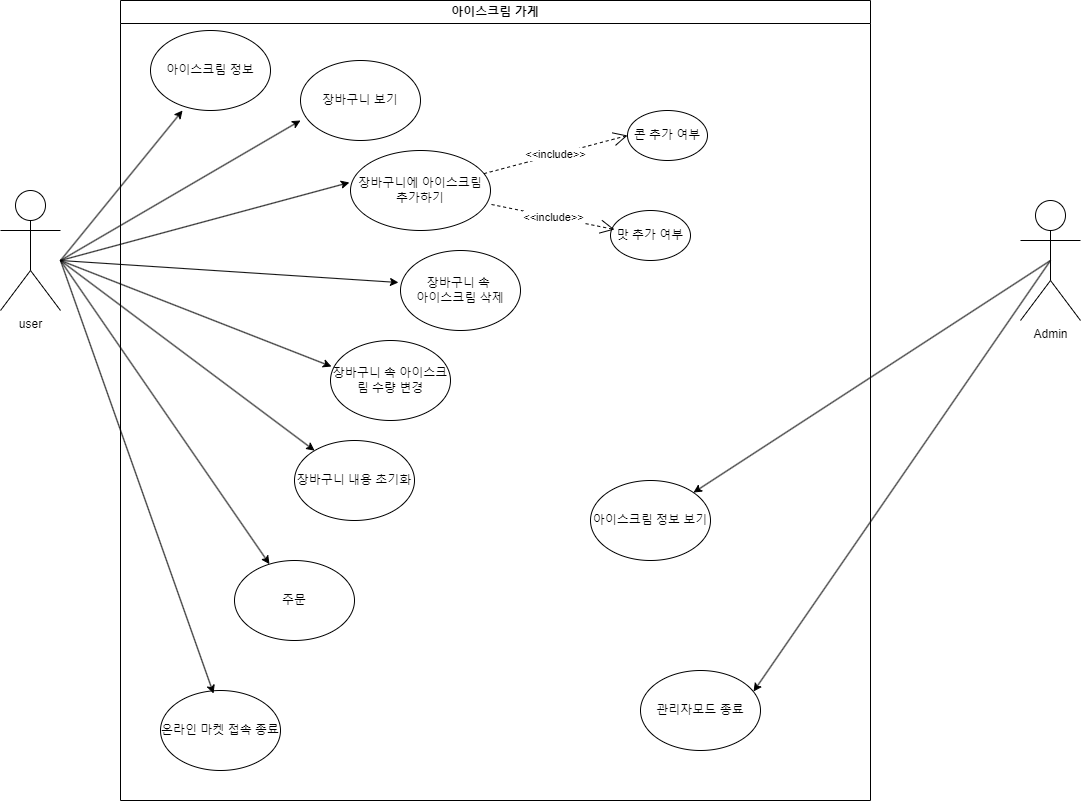
Before: mini_project_use-case.png, a diagram exported from draw.io (junHyeokP/Algorithm). Source tidied: cells renumbered, new cells last; positions are measured from the earlier drawing's top-left corner, leaving out a move shared by most shapes. Source of this version:
```xml
<mxGraphModel>
  <root>
    <mxCell id="0" />
    <mxCell id="1" parent="0" />
    <mxCell id="2" value="user" style="shape=umlActor;verticalLabelPosition=bottom;verticalAlign=top;html=1;" parent="1" vertex="1">
      <mxGeometry y="190" width="60" height="120" as="geometry" />
    </mxCell>
    <mxCell id="3" value="Admin" style="shape=umlActor;verticalLabelPosition=bottom;verticalAlign=top;html=1;outlineConnect=0;" parent="1" vertex="1">
      <mxGeometry x="1020" y="200" width="60" height="120" as="geometry" />
    </mxCell>
    <mxCell id="4" value="아이스크림 가게" style="swimlane;whiteSpace=wrap;html=1;" parent="1" vertex="1">
      <mxGeometry x="120" width="750" height="800" as="geometry" />
    </mxCell>
    <mxCell id="5" value="장바구니 속&amp;nbsp;&lt;div&gt;아이스크림 삭제&lt;/div&gt;" style="ellipse;whiteSpace=wrap;html=1;" parent="4" vertex="1">
      <mxGeometry x="280" y="250" width="120" height="80" as="geometry" />
    </mxCell>
    <mxCell id="6" value="장바구니에 아이스크림 추가하기" style="ellipse;whiteSpace=wrap;html=1;" parent="4" vertex="1">
      <mxGeometry x="230" y="150" width="140" height="80" as="geometry" />
    </mxCell>
    <mxCell id="7" value="장바구니 보기" style="ellipse;whiteSpace=wrap;html=1;" parent="4" vertex="1">
      <mxGeometry x="180" y="60" width="120" height="80" as="geometry" />
    </mxCell>
    <mxCell id="8" value="콘 추가 여부" style="ellipse;whiteSpace=wrap;html=1;direction=east;" parent="4" vertex="1">
      <mxGeometry x="507" y="110" width="80" height="50" as="geometry" />
    </mxCell>
    <mxCell id="9" value="맛 추가 여부" style="ellipse;whiteSpace=wrap;html=1;" parent="4" vertex="1">
      <mxGeometry x="490" y="210" width="80" height="50" as="geometry" />
    </mxCell>
    <mxCell id="10" value="장바구니 내용 초기화" style="ellipse;whiteSpace=wrap;html=1;" parent="4" vertex="1">
      <mxGeometry x="174" y="440" width="120" height="80" as="geometry" />
    </mxCell>
    <mxCell id="11" value="아이스크림 정보" style="ellipse;whiteSpace=wrap;html=1;" parent="4" vertex="1">
      <mxGeometry x="30" y="30" width="120" height="80" as="geometry" />
    </mxCell>
    <mxCell id="12" value="장바구니 속 아이스크림 수량 변경" style="ellipse;whiteSpace=wrap;html=1;" parent="4" vertex="1">
      <mxGeometry x="210" y="340" width="120" height="80" as="geometry" />
    </mxCell>
    <mxCell id="13" value="&amp;lt;&amp;lt;include&amp;gt;&amp;gt;" style="endArrow=open;endSize=12;dashed=1;html=1;rounded=0;entryX=0;entryY=0.5;entryDx=0;entryDy=0;" parent="4" edge="1" source="6" target="8">
      <mxGeometry relative="1" as="geometry" />
    </mxCell>
    <mxCell id="14" value="&amp;lt;&amp;lt;include&amp;gt;&amp;gt;" style="endArrow=open;endSize=12;dashed=1;html=1;rounded=0;entryX=0.05;entryY=0.38;entryDx=0;entryDy=0;entryPerimeter=0;exitX=1.007;exitY=0.675;exitDx=0;exitDy=0;exitPerimeter=0;" parent="4" edge="1" source="6" target="9">
      <mxGeometry relative="1" as="geometry" />
    </mxCell>
    <mxCell id="15" value="온라인 마켓 접속 종료" style="ellipse;whiteSpace=wrap;html=1;" parent="4" vertex="1">
      <mxGeometry x="40" y="690" width="120" height="80" as="geometry" />
    </mxCell>
    <mxCell id="16" style="endArrow=classic;html=1;rounded=0;entryX=0.442;entryY=0.038;entryDx=0;entryDy=0;entryPerimeter=0;" parent="4" edge="1" target="15">
      <mxGeometry relative="1" as="geometry">
        <mxPoint x="-60" y="260" as="sourcePoint" />
      </mxGeometry>
    </mxCell>
    <mxCell id="17" value="관리자모드 종료" style="ellipse;whiteSpace=wrap;html=1;direction=east;" parent="4" vertex="1">
      <mxGeometry x="520" y="670" width="120" height="80" as="geometry" />
    </mxCell>
    <mxCell id="18" value="아이스크림 정보 보기" style="ellipse;whiteSpace=wrap;html=1;" parent="4" vertex="1">
      <mxGeometry x="470" y="480" width="120" height="80" as="geometry" />
    </mxCell>
    <mxCell id="19" value="주문" style="ellipse;whiteSpace=wrap;html=1;" parent="4" vertex="1">
      <mxGeometry x="114" y="560" width="120" height="80" as="geometry" />
    </mxCell>
    <mxCell id="20" style="endArrow=classic;html=1;rounded=0;entryX=0;entryY=0.75;entryDx=0;entryDy=0;entryPerimeter=0;" parent="1" edge="1" target="7">
      <mxGeometry relative="1" as="geometry">
        <mxPoint x="60" y="260" as="sourcePoint" />
      </mxGeometry>
    </mxCell>
    <mxCell id="21" style="endArrow=classic;html=1;rounded=0;entryX=-0.008;entryY=0.4;entryDx=0;entryDy=0;entryPerimeter=0;" parent="1" edge="1" target="6">
      <mxGeometry relative="1" as="geometry">
        <mxPoint x="60" y="260" as="sourcePoint" />
      </mxGeometry>
    </mxCell>
    <mxCell id="22" style="endArrow=classic;html=1;rounded=0;entryX=-0.017;entryY=0.4;entryDx=0;entryDy=0;entryPerimeter=0;" parent="1" edge="1" target="5">
      <mxGeometry relative="1" as="geometry">
        <mxPoint x="60" y="260" as="sourcePoint" />
      </mxGeometry>
    </mxCell>
    <mxCell id="23" style="endArrow=classic;html=1;rounded=0;" parent="1" edge="1" target="10">
      <mxGeometry relative="1" as="geometry">
        <mxPoint x="60" y="260" as="sourcePoint" />
      </mxGeometry>
    </mxCell>
    <mxCell id="24" style="endArrow=classic;html=1;rounded=0;entryX=0.267;entryY=1;entryDx=0;entryDy=0;entryPerimeter=0;" parent="1" edge="1" target="11">
      <mxGeometry relative="1" as="geometry">
        <mxPoint x="60" y="260" as="sourcePoint" />
      </mxGeometry>
    </mxCell>
    <mxCell id="25" style="endArrow=classic;html=1;rounded=0;entryX=0.008;entryY=0.325;entryDx=0;entryDy=0;entryPerimeter=0;" parent="1" edge="1" target="12">
      <mxGeometry relative="1" as="geometry">
        <mxPoint x="60" y="260" as="sourcePoint" />
      </mxGeometry>
    </mxCell>
    <mxCell id="26" style="endArrow=classic;html=1;rounded=0;exitX=0.5;exitY=0.5;exitDx=0;exitDy=0;exitPerimeter=0;entryX=0.942;entryY=0.263;entryDx=0;entryDy=0;entryPerimeter=0;" parent="1" edge="1" source="3" target="17">
      <mxGeometry relative="1" as="geometry" />
    </mxCell>
    <mxCell id="27" style="endArrow=classic;html=1;rounded=0;exitX=0.5;exitY=0.5;exitDx=0;exitDy=0;exitPerimeter=0;" parent="1" edge="1" source="3" target="18">
      <mxGeometry relative="1" as="geometry" />
    </mxCell>
    <mxCell id="28" style="endArrow=classic;html=1;rounded=0;" parent="1" edge="1" target="19">
      <mxGeometry relative="1" as="geometry">
        <mxPoint x="60" y="260" as="sourcePoint" />
      </mxGeometry>
    </mxCell>
  </root>
</mxGraphModel>
```
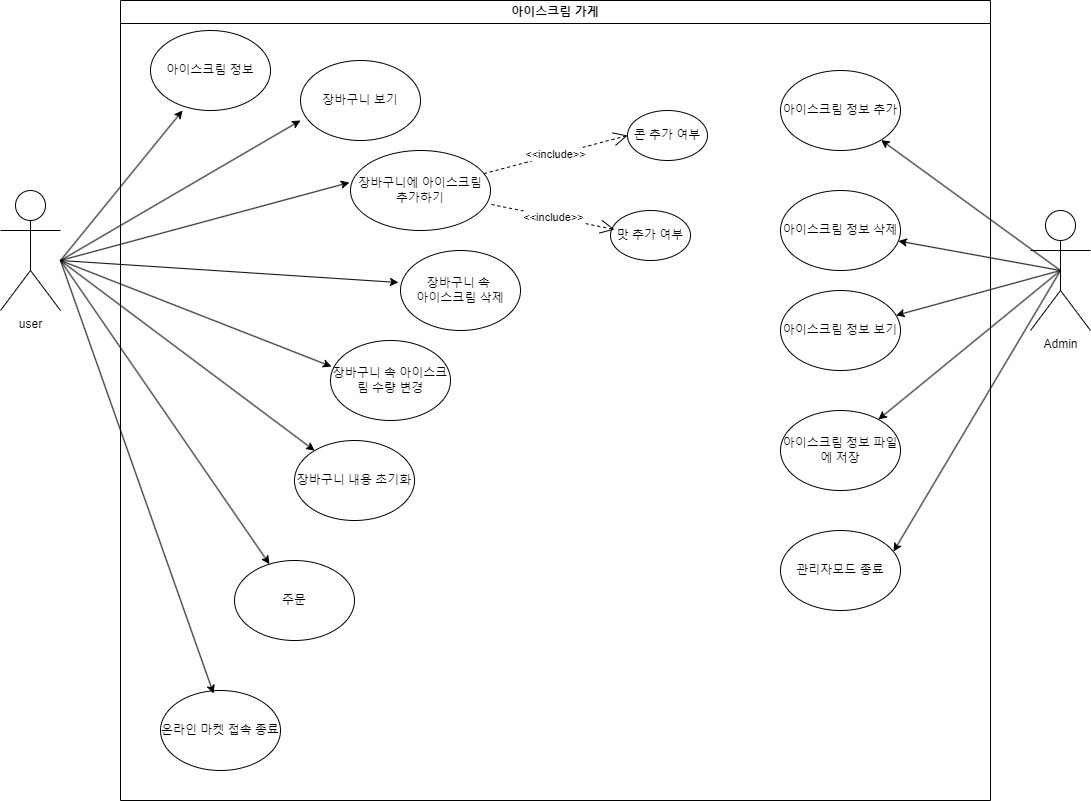
Above is the later version.

Change to the diagram source:
```diff
@@ -5,11 +5,14 @@
     <mxCell id="2" value="user" style="shape=umlActor;verticalLabelPosition=bottom;verticalAlign=top;html=1;" parent="1" vertex="1">
       <mxGeometry y="190" width="60" height="120" as="geometry" />
     </mxCell>
+    <mxCell id="29" style="rounded=0;jettySize=auto;html=1;exitX=0.5;exitY=0.5;exitDx=0;exitDy=0;exitPerimeter=0;" parent="1" edge="1" source="3" target="30">
+      <mxGeometry relative="1" as="geometry" />
+    </mxCell>
     <mxCell id="3" value="Admin" style="shape=umlActor;verticalLabelPosition=bottom;verticalAlign=top;html=1;outlineConnect=0;" parent="1" vertex="1">
-      <mxGeometry x="1020" y="200" width="60" height="120" as="geometry" />
+      <mxGeometry x="1030" y="210" width="60" height="120" as="geometry" />
     </mxCell>
     <mxCell id="4" value="아이스크림 가게" style="swimlane;whiteSpace=wrap;html=1;" parent="1" vertex="1">
-      <mxGeometry x="120" width="750" height="800" as="geometry" />
+      <mxGeometry x="120" width="870" height="800" as="geometry" />
     </mxCell>
     <mxCell id="5" value="장바구니 속&amp;nbsp;&lt;div&gt;아이스크림 삭제&lt;/div&gt;" style="ellipse;whiteSpace=wrap;html=1;" parent="4" vertex="1">
       <mxGeometry x="280" y="250" width="120" height="80" as="geometry" />
@@ -50,14 +53,23 @@
       </mxGeometry>
     </mxCell>
     <mxCell id="17" value="관리자모드 종료" style="ellipse;whiteSpace=wrap;html=1;direction=east;" parent="4" vertex="1">
-      <mxGeometry x="520" y="670" width="120" height="80" as="geometry" />
+      <mxGeometry x="660" y="530" width="120" height="80" as="geometry" />
     </mxCell>
     <mxCell id="18" value="아이스크림 정보 보기" style="ellipse;whiteSpace=wrap;html=1;" parent="4" vertex="1">
-      <mxGeometry x="470" y="480" width="120" height="80" as="geometry" />
+      <mxGeometry x="660" y="290" width="120" height="80" as="geometry" />
     </mxCell>
     <mxCell id="19" value="주문" style="ellipse;whiteSpace=wrap;html=1;" parent="4" vertex="1">
       <mxGeometry x="114" y="560" width="120" height="80" as="geometry" />
     </mxCell>
+    <mxCell id="30" value="아이스크림 정보 삭제" style="ellipse;whiteSpace=wrap;html=1;" parent="4" vertex="1">
+      <mxGeometry x="660" y="190" width="120" height="80" as="geometry" />
+    </mxCell>
+    <mxCell id="31" value="아이스크림 정보 추가" style="ellipse;whiteSpace=wrap;html=1;" parent="4" vertex="1">
+      <mxGeometry x="660" y="70" width="120" height="80" as="geometry" />
+    </mxCell>
+    <mxCell id="32" value="아이스크림 정보 파일에 저장" style="ellipse;whiteSpace=wrap;html=1;" parent="4" vertex="1">
+      <mxGeometry x="660" y="410" width="120" height="80" as="geometry" />
+    </mxCell>
     <mxCell id="20" style="endArrow=classic;html=1;rounded=0;entryX=0;entryY=0.75;entryDx=0;entryDy=0;entryPerimeter=0;" parent="1" edge="1" target="7">
       <mxGeometry relative="1" as="geometry">
         <mxPoint x="60" y="260" as="sourcePoint" />
@@ -99,5 +111,11 @@
         <mxPoint x="60" y="260" as="sourcePoint" />
       </mxGeometry>
     </mxCell>
+    <mxCell id="33" style="rounded=0;jettySize=auto;html=1;exitX=0.5;exitY=0.5;exitDx=0;exitDy=0;exitPerimeter=0;" parent="1" edge="1" source="3" target="31">
+      <mxGeometry relative="1" as="geometry" />
+    </mxCell>
+    <mxCell id="34" style="endArrow=classic;html=1;rounded=0;exitX=0.5;exitY=0.5;exitDx=0;exitDy=0;exitPerimeter=0;" parent="1" edge="1" source="3" target="32">
+      <mxGeometry relative="1" as="geometry" />
+    </mxCell>
   </root>
 </mxGraphModel>
```
